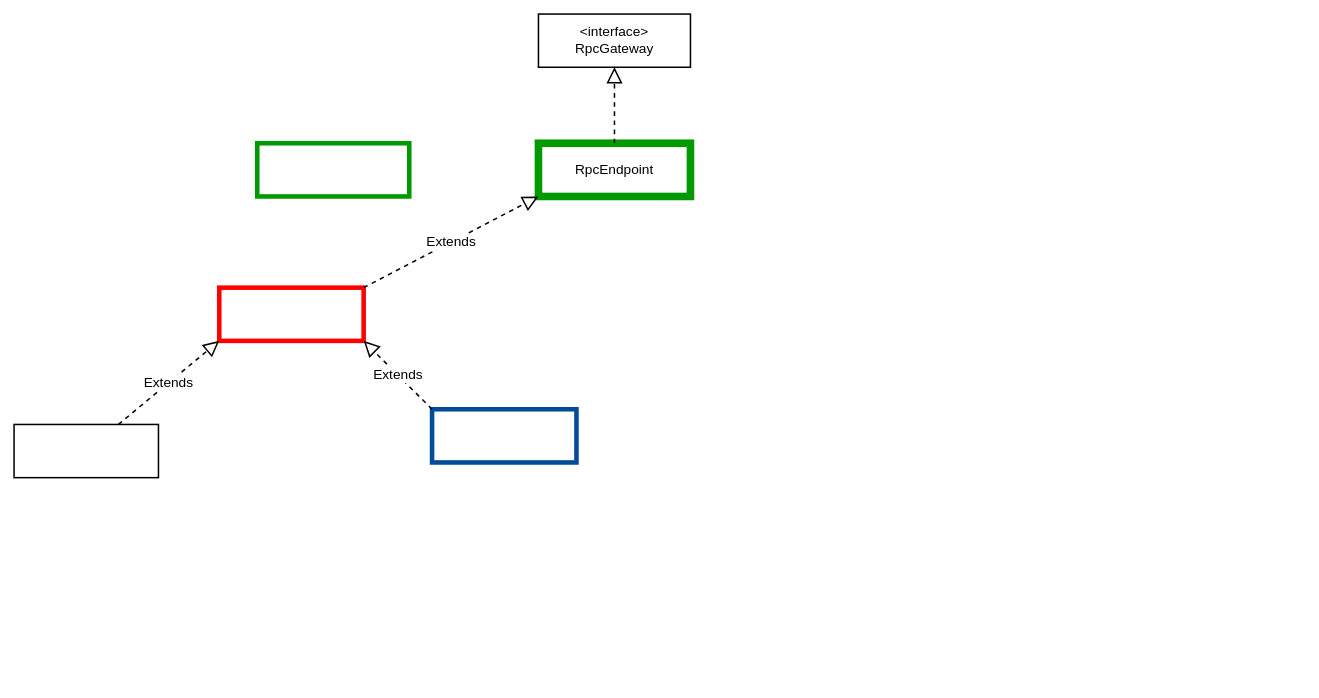
The draw.io diagram page "Flink RPC类结构图" (2 of 2) of Flink.drawio in starzy1990/diagrams, before the edit. Source tidied: cells renumbered, new cells numbered last; positions are measured from the earlier drawing's top-left corner, leaving out a move shared by most shapes. Both pictures are drawn from the tidied source at 76%, with x=0, y=0 at pixel (14, 14).
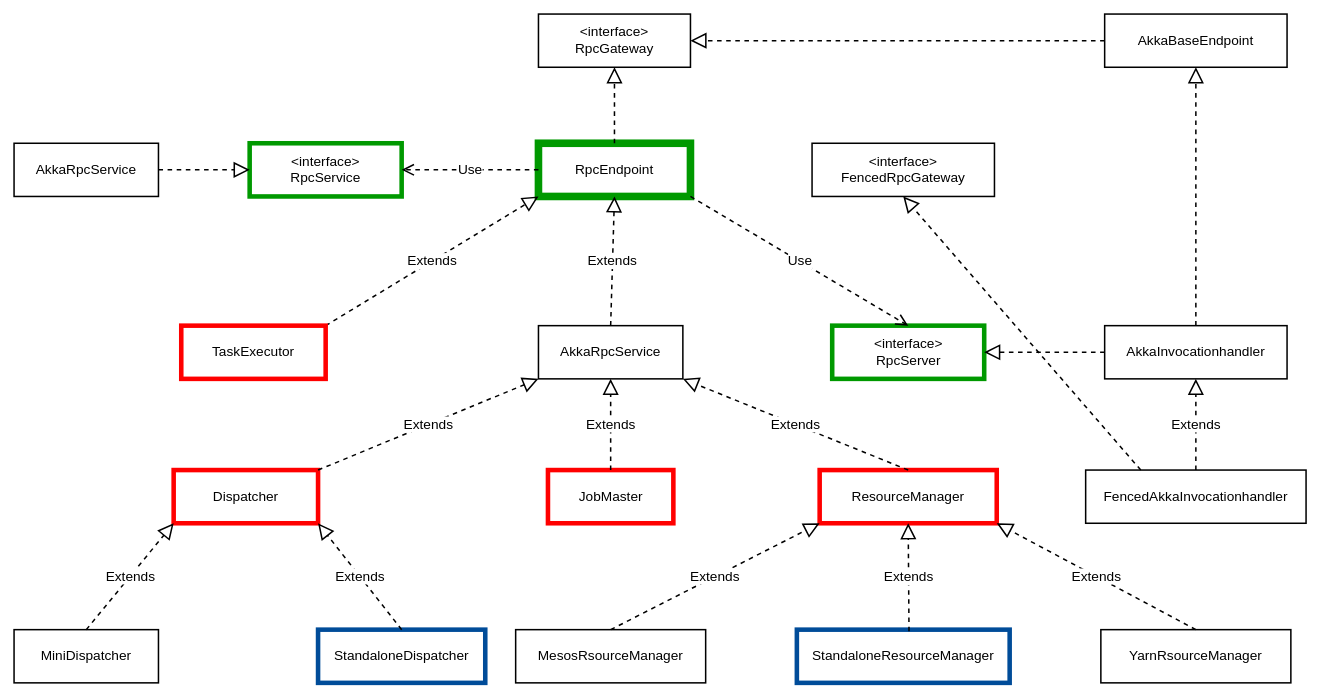
The same diagram, later.

The change refers to these unchanged cells:
```xml
<mxCell id="2" value="&amp;lt;interface&amp;gt;&lt;br style=&quot;font-size: 18px;&quot;&gt;RpcGateway" style="rounded=0;whiteSpace=wrap;html=1;fontSize=18;strokeWidth=2;" parent="1" vertex="1">
  <mxGeometry x="690" width="200" height="70" as="geometry" />
</mxCell>
<mxCell id="3" value="RpcEndpoint" style="rounded=0;whiteSpace=wrap;html=1;fontSize=18;strokeWidth=10;strokeColor=#009900;" parent="1" vertex="1">
  <mxGeometry x="690" y="170" width="200" height="70" as="geometry" />
</mxCell>
```

Diff of the diagram source:
```diff
@@
-    <mxCell id="5" style="rounded=0;whiteSpace=wrap;html=1;fontSize=18;strokeColor=#009900;strokeWidth=6;" parent="1" vertex="1">
-      <mxGeometry x="320" y="170" width="200" height="70" as="geometry" />
+    <mxCell id="5" value="&amp;lt;interface&amp;gt;&lt;br&gt;RpcService" style="rounded=0;whiteSpace=wrap;html=1;fontSize=18;strokeColor=#009900;strokeWidth=6;" parent="1" vertex="1">
+      <mxGeometry x="310" y="170" width="200" height="70" as="geometry" />
     </mxCell>
-    <mxCell id="6" style="rounded=0;whiteSpace=wrap;html=1;fontSize=18;strokeColor=#FF0000;strokeWidth=6;" parent="1" vertex="1">
-      <mxGeometry x="270" y="360" width="190" height="70" as="geometry" />
+    <mxCell id="6" value="Dispatcher" style="rounded=0;whiteSpace=wrap;html=1;fontSize=18;strokeColor=#FF0000;strokeWidth=6;" parent="1" vertex="1">
+      <mxGeometry x="210" y="600" width="190" height="70" as="geometry" />
     </mxCell>
-    <mxCell id="7" value="Extends" style="endArrow=block;endSize=16;endFill=0;html=1;rounded=0;dashed=1;fontSize=18;strokeWidth=2;exitX=1;exitY=0;exitDx=0;exitDy=0;entryX=0;entryY=1;entryDx=0;entryDy=0;" parent="1" edge="1" source="6" target="3">
+    <mxCell id="7" value="Extends" style="endArrow=block;endSize=16;endFill=0;html=1;rounded=0;dashed=1;fontSize=18;strokeWidth=2;exitX=1;exitY=0;exitDx=0;exitDy=0;entryX=0;entryY=1;entryDx=0;entryDy=0;" parent="1" edge="1" source="14" target="3">
       <mxGeometry relative="1" as="geometry" />
     </mxCell>
-    <mxCell id="8" style="rounded=0;whiteSpace=wrap;html=1;fontSize=18;strokeColor=#004C99;strokeWidth=6;" parent="1" vertex="1">
-      <mxGeometry x="550" y="520" width="190" height="70" as="geometry" />
+    <mxCell id="8" value="StandaloneDispatcher" style="rounded=0;whiteSpace=wrap;html=1;fontSize=18;strokeColor=#004C99;strokeWidth=6;" parent="1" vertex="1">
+      <mxGeometry x="400" y="810" width="220" height="70" as="geometry" />
     </mxCell>
-    <mxCell id="9" style="rounded=0;whiteSpace=wrap;html=1;fontSize=18;strokeColor=#000000;strokeWidth=2;" parent="1" vertex="1">
-      <mxGeometry y="540" width="190" height="70" as="geometry" />
+    <mxCell id="9" value="MiniDispatcher" style="rounded=0;whiteSpace=wrap;html=1;fontSize=18;strokeColor=#000000;strokeWidth=2;" parent="1" vertex="1">
+      <mxGeometry y="810" width="190" height="70" as="geometry" />
     </mxCell>
-    <mxCell id="10" value="Extends" style="endArrow=block;endSize=16;endFill=0;html=1;rounded=0;dashed=1;fontSize=18;strokeWidth=2;entryX=0;entryY=1;entryDx=0;entryDy=0;" parent="1" edge="1" source="9" target="6">
+    <mxCell id="10" value="Extends" style="endArrow=block;endSize=16;endFill=0;html=1;rounded=0;dashed=1;fontSize=18;strokeWidth=2;entryX=0;entryY=1;entryDx=0;entryDy=0;exitX=0.5;exitY=0;exitDx=0;exitDy=0;" parent="1" edge="1" source="9" target="6">
       <mxGeometry relative="1" as="geometry" />
     </mxCell>
-    <mxCell id="11" value="Extends" style="endArrow=block;endSize=16;endFill=0;html=1;rounded=0;dashed=1;fontSize=18;strokeWidth=2;exitX=0;exitY=0;exitDx=0;exitDy=0;entryX=1;entryY=1;entryDx=0;entryDy=0;" parent="1" edge="1" source="8" target="6">
+    <mxCell id="11" value="Extends" style="endArrow=block;endSize=16;endFill=0;html=1;rounded=0;dashed=1;fontSize=18;strokeWidth=2;exitX=0.5;exitY=0;exitDx=0;exitDy=0;entryX=1;entryY=1;entryDx=0;entryDy=0;" parent="1" edge="1" source="8" target="6">
       <mxGeometry relative="1" as="geometry" />
     </mxCell>
+    <mxCell id="12" value="AkkaRpcService" style="rounded=0;whiteSpace=wrap;html=1;fontSize=18;strokeColor=#000000;strokeWidth=2;" parent="1" vertex="1">
+      <mxGeometry y="170" width="190" height="70" as="geometry" />
+    </mxCell>
+    <mxCell id="13" style="endArrow=block;endSize=16;endFill=0;html=1;rounded=0;dashed=1;fontSize=18;strokeWidth=2;entryX=0;entryY=0.5;entryDx=0;entryDy=0;" parent="1" edge="1" source="12" target="5">
+      <mxGeometry relative="1" as="geometry" />
+    </mxCell>
+    <mxCell id="14" value="TaskExecutor" style="rounded=0;whiteSpace=wrap;html=1;fontSize=18;strokeColor=#FF0000;strokeWidth=6;" parent="1" vertex="1">
+      <mxGeometry x="220" y="410" width="190" height="70" as="geometry" />
+    </mxCell>
+    <mxCell id="15" value="AkkaRpcService" style="rounded=0;whiteSpace=wrap;html=1;fontSize=18;strokeColor=#000000;strokeWidth=2;" parent="1" vertex="1">
+      <mxGeometry x="690" y="410" width="190" height="70" as="geometry" />
+    </mxCell>
+    <mxCell id="16" value="Extends" style="endArrow=block;endSize=16;endFill=0;html=1;rounded=0;dashed=1;fontSize=18;strokeWidth=2;exitX=0.5;exitY=0;exitDx=0;exitDy=0;entryX=0.5;entryY=1;entryDx=0;entryDy=0;" parent="1" edge="1" source="15" target="3">
+      <mxGeometry relative="1" as="geometry" />
+    </mxCell>
+    <mxCell id="17" value="Extends" style="endArrow=block;endSize=16;endFill=0;html=1;rounded=0;dashed=1;fontSize=18;strokeWidth=2;exitX=1;exitY=0;exitDx=0;exitDy=0;entryX=0;entryY=1;entryDx=0;entryDy=0;" parent="1" edge="1" source="6" target="15">
+      <mxGeometry relative="1" as="geometry" />
+    </mxCell>
+    <mxCell id="18" value="JobMaster" style="rounded=0;whiteSpace=wrap;html=1;fontSize=18;strokeColor=#FF0000;strokeWidth=6;" parent="1" vertex="1">
+      <mxGeometry x="702.5" y="600" width="165" height="70" as="geometry" />
+    </mxCell>
+    <mxCell id="19" value="Extends" style="endArrow=block;endSize=16;endFill=0;html=1;rounded=0;dashed=1;fontSize=18;strokeWidth=2;exitX=0.5;exitY=0;exitDx=0;exitDy=0;entryX=0.5;entryY=1;entryDx=0;entryDy=0;" parent="1" edge="1" source="18" target="15">
+      <mxGeometry relative="1" as="geometry" />
+    </mxCell>
+    <mxCell id="20" value="MesosRsourceManager" style="rounded=0;whiteSpace=wrap;html=1;fontSize=18;strokeColor=#000000;strokeWidth=2;" parent="1" vertex="1">
+      <mxGeometry x="660" y="810" width="250" height="70" as="geometry" />
+    </mxCell>
+    <mxCell id="21" value="ResourceManager" style="rounded=0;whiteSpace=wrap;html=1;fontSize=18;strokeColor=#FF0000;strokeWidth=6;" parent="1" vertex="1">
+      <mxGeometry x="1060" y="600" width="233" height="70" as="geometry" />
+    </mxCell>
+    <mxCell id="22" value="Extends" style="endArrow=block;endSize=16;endFill=0;html=1;rounded=0;dashed=1;fontSize=18;strokeWidth=2;exitX=0.5;exitY=0;exitDx=0;exitDy=0;entryX=0;entryY=1;entryDx=0;entryDy=0;" parent="1" edge="1" source="20" target="21">
+      <mxGeometry relative="1" as="geometry" />
+    </mxCell>
+    <mxCell id="23" value="StandaloneResourceManager" style="rounded=0;whiteSpace=wrap;html=1;fontSize=18;strokeColor=#004C99;strokeWidth=6;" parent="1" vertex="1">
+      <mxGeometry x="1030" y="810" width="280" height="70" as="geometry" />
+    </mxCell>
+    <mxCell id="24" value="Extends" style="endArrow=block;endSize=16;endFill=0;html=1;rounded=0;dashed=1;fontSize=18;strokeWidth=2;exitX=0.527;exitY=0.029;exitDx=0;exitDy=0;entryX=0.5;entryY=1;entryDx=0;entryDy=0;exitPerimeter=0;" parent="1" edge="1" source="23" target="21">
+      <mxGeometry relative="1" as="geometry" />
+    </mxCell>
+    <mxCell id="25" value="Extends" style="endArrow=block;endSize=16;endFill=0;html=1;rounded=0;dashed=1;fontSize=18;strokeWidth=2;exitX=0.5;exitY=0;exitDx=0;exitDy=0;entryX=1;entryY=1;entryDx=0;entryDy=0;" parent="1" edge="1" source="21" target="15">
+      <mxGeometry relative="1" as="geometry" />
+    </mxCell>
+    <mxCell id="26" value="&amp;lt;interface&amp;gt;&lt;br&gt;RpcServer" style="rounded=0;whiteSpace=wrap;html=1;fontSize=18;strokeColor=#009900;strokeWidth=6;" parent="1" vertex="1">
+      <mxGeometry x="1076.5" y="410" width="200" height="70" as="geometry" />
+    </mxCell>
+    <mxCell id="27" value="Use" style="endArrow=open;endSize=12;dashed=1;html=1;rounded=0;fontSize=18;strokeWidth=2;exitX=1;exitY=1;exitDx=0;exitDy=0;entryX=0.5;entryY=0;entryDx=0;entryDy=0;" parent="1" edge="1" source="3" target="26">
+      <mxGeometry relative="1" as="geometry" />
+    </mxCell>
+    <mxCell id="28" value="YarnRsourceManager" style="rounded=0;whiteSpace=wrap;html=1;fontSize=18;strokeColor=#000000;strokeWidth=2;" parent="1" vertex="1">
+      <mxGeometry x="1430" y="810" width="250" height="70" as="geometry" />
+    </mxCell>
+    <mxCell id="29" value="Extends" style="endArrow=block;endSize=16;endFill=0;html=1;rounded=0;dashed=1;fontSize=18;strokeWidth=2;exitX=0.5;exitY=0;exitDx=0;exitDy=0;entryX=1;entryY=1;entryDx=0;entryDy=0;" parent="1" edge="1" source="28" target="21">
+      <mxGeometry relative="1" as="geometry" />
+    </mxCell>
+    <mxCell id="30" value="FencedAkkaInvocationhandler" style="rounded=0;whiteSpace=wrap;html=1;fontSize=18;strokeColor=#000000;strokeWidth=2;" parent="1" vertex="1">
+      <mxGeometry x="1410" y="600" width="290" height="70" as="geometry" />
+    </mxCell>
+    <mxCell id="31" value="AkkaInvocationhandler" style="rounded=0;whiteSpace=wrap;html=1;fontSize=18;strokeColor=#000000;strokeWidth=2;" parent="1" vertex="1">
+      <mxGeometry x="1435" y="410" width="240" height="70" as="geometry" />
+    </mxCell>
+    <mxCell id="32" value="AkkaBaseEndpoint" style="rounded=0;whiteSpace=wrap;html=1;fontSize=18;strokeColor=#000000;strokeWidth=2;" parent="1" vertex="1">
+      <mxGeometry x="1435" width="240" height="70" as="geometry" />
+    </mxCell>
+    <mxCell id="33" style="endArrow=block;endSize=16;endFill=0;html=1;rounded=0;dashed=1;fontSize=18;strokeWidth=2;exitX=0.5;exitY=0;exitDx=0;exitDy=0;entryX=0.5;entryY=1;entryDx=0;entryDy=0;" parent="1" edge="1" source="31" target="32">
+      <mxGeometry relative="1" as="geometry" />
+    </mxCell>
+    <mxCell id="34" value="Extends" style="endArrow=block;endSize=16;endFill=0;html=1;rounded=0;dashed=1;fontSize=18;strokeWidth=2;exitX=0.5;exitY=0;exitDx=0;exitDy=0;entryX=0.5;entryY=1;entryDx=0;entryDy=0;" parent="1" edge="1" source="30" target="31">
+      <mxGeometry relative="1" as="geometry" />
+    </mxCell>
+    <mxCell id="35" value="&amp;lt;interface&amp;gt;&lt;br&gt;FencedRpcGateway" style="rounded=0;whiteSpace=wrap;html=1;fontSize=18;strokeColor=#000000;strokeWidth=2;" parent="1" vertex="1">
+      <mxGeometry x="1050" y="170" width="240" height="70" as="geometry" />
+    </mxCell>
+    <mxCell id="36" style="endArrow=block;endSize=16;endFill=0;html=1;rounded=0;dashed=1;fontSize=18;strokeWidth=2;exitX=0.25;exitY=0;exitDx=0;exitDy=0;entryX=0.5;entryY=1;entryDx=0;entryDy=0;" parent="1" edge="1" source="30" target="35">
+      <mxGeometry relative="1" as="geometry" />
+    </mxCell>
+    <mxCell id="37" style="endArrow=block;endSize=16;endFill=0;html=1;rounded=0;dashed=1;fontSize=18;strokeWidth=2;exitX=0;exitY=0.5;exitDx=0;exitDy=0;entryX=1;entryY=0.5;entryDx=0;entryDy=0;" parent="1" edge="1" source="31" target="26">
+      <mxGeometry relative="1" as="geometry" />
+    </mxCell>
+    <mxCell id="38" style="endArrow=block;endSize=16;endFill=0;html=1;rounded=0;dashed=1;fontSize=18;strokeWidth=2;entryX=1;entryY=0.5;entryDx=0;entryDy=0;exitX=0;exitY=0.5;exitDx=0;exitDy=0;" parent="1" edge="1" source="32" target="2">
+      <mxGeometry relative="1" as="geometry" />
+    </mxCell>
+    <mxCell id="39" value="Use" style="endArrow=open;endSize=12;dashed=1;html=1;rounded=0;fontSize=18;strokeWidth=2;entryX=1;entryY=0.5;entryDx=0;entryDy=0;exitX=0;exitY=0.5;exitDx=0;exitDy=0;" parent="1" edge="1" source="3" target="5">
+      <mxGeometry relative="1" as="geometry" />
+    </mxCell>
```
